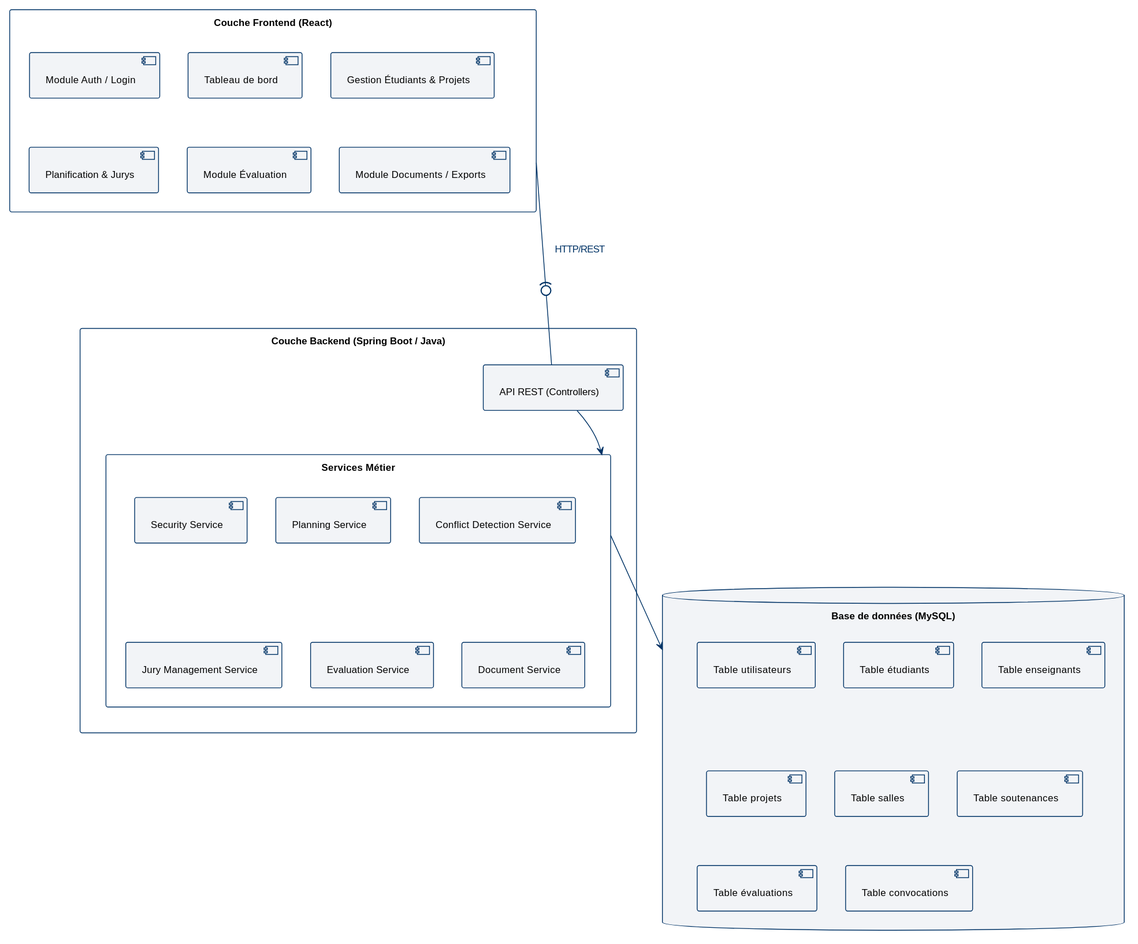
The PlantUML diagram diagrams/svg/component_architecture.svg in abdelaziz-ebourki/system-gestion-soutenance, before a commit. Source of this version:
```plantuml
@startuml
!theme pfe from .

package "Couche Frontend (React)" as Frontend {
    component "Module Auth / Login" as F1
    component "Tableau de bord" as F2
    component "Gestion Étudiants & Projets" as F3
    component "Planification & Jurys" as F4
    component "Module Évaluation" as F5
    component "Module Documents / Exports" as F6
}

package "Couche Backend (Spring Boot / Java)" as Backend {
    component "API REST (Controllers)" as B1
    package "Services Métier" as Services {
        component "Security Service" as S1
        component "Planning Service" as S2
        component "Conflict Detection Service" as S3
        component "Jury Management Service" as S4
        component "Evaluation Service" as S5
        component "Document Service" as S6
    }
}

database "Base de données (MySQL)" as DB {
    [Table utilisateurs] as T1
    [Table étudiants] as T2
    [Table enseignants] as T3
    [Table projets] as T4
    [Table salles] as T5
    [Table soutenances] as T6
    [Table évaluations] as T7
    [Table convocations] as T8
}

Frontend --(0-- B1 : HTTP/REST
B1 --> Services
Services --> DB
@enduml
```
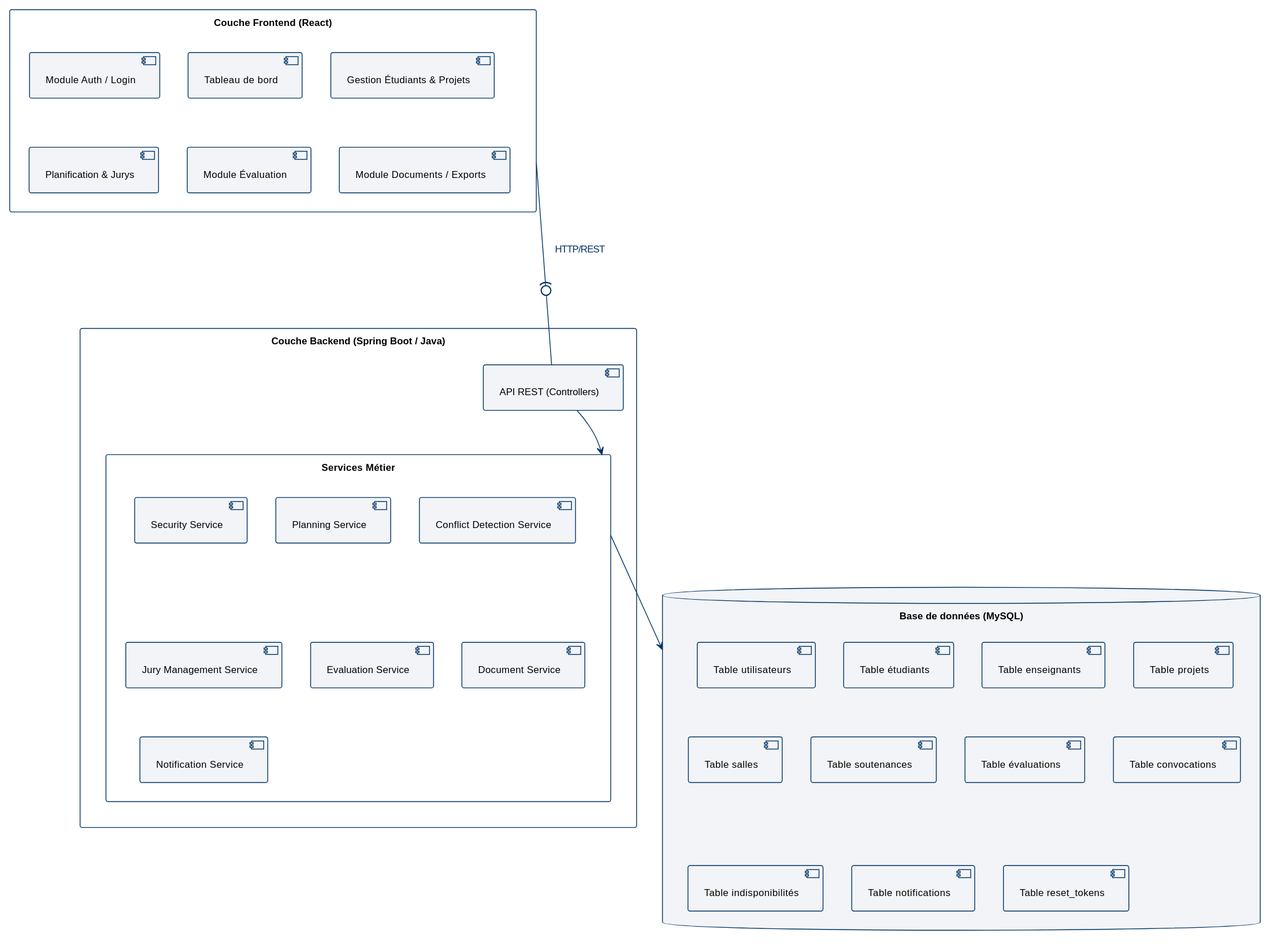
The same diagram one commit later.

Diff of the diagram source:
```diff
@@ -19,6 +19,7 @@
         component "Jury Management Service" as S4
         component "Evaluation Service" as S5
         component "Document Service" as S6
+        component "Notification Service" as S7
     }
 }
 
@@ -31,6 +32,9 @@
     [Table soutenances] as T6
     [Table évaluations] as T7
     [Table convocations] as T8
+    [Table indisponibilités] as T9
+    [Table notifications] as T10
+    [Table reset_tokens] as T11
 }
 
 Frontend --(0-- B1 : HTTP/REST
```
